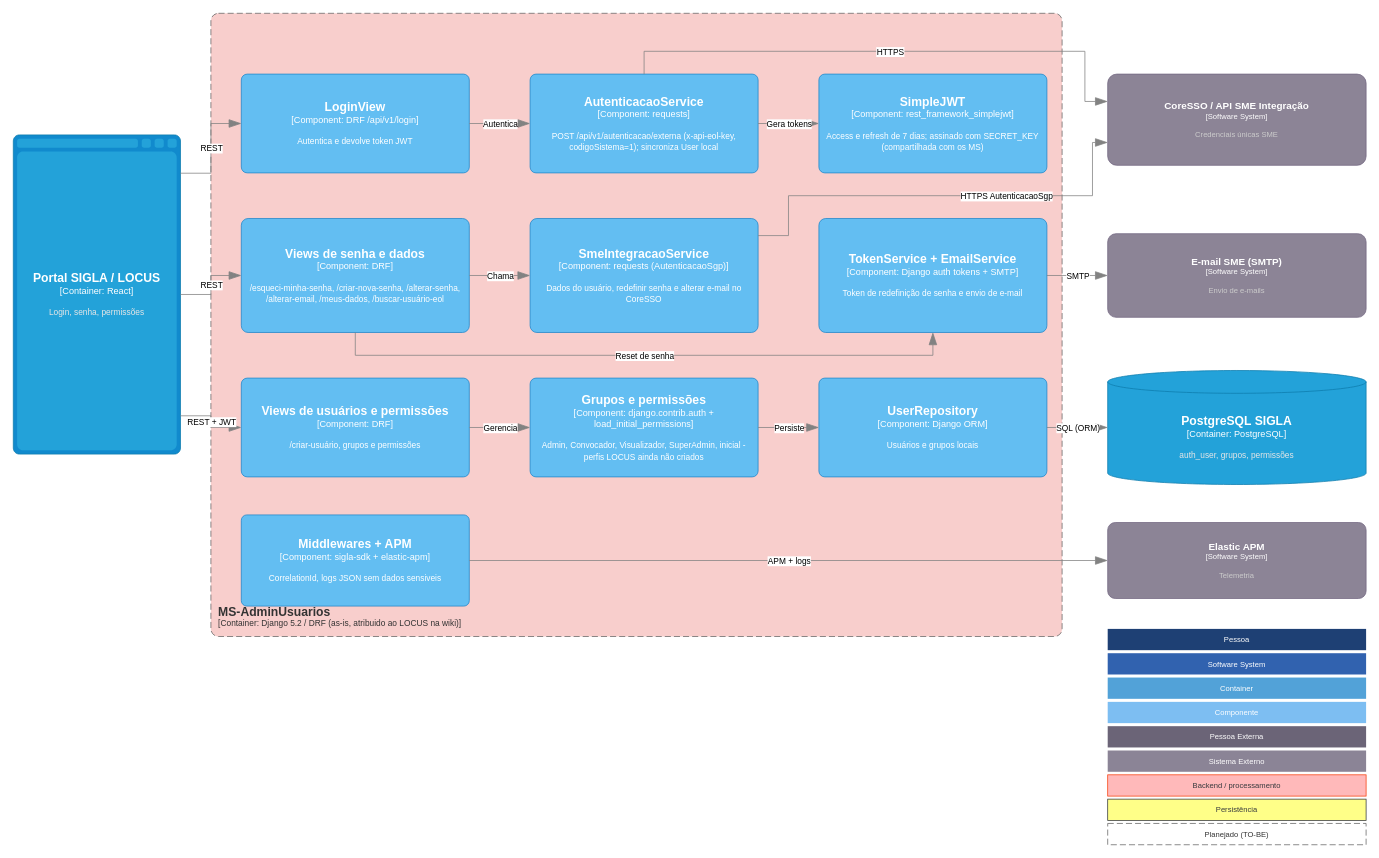
Before: page "C3 - Componentes MS-AdminUsuarios" (6 of 15) of Locus/diagramas/assets/ARQUITETURA - LOCUS - C4.drawio in ronaldorobledo1902/SIGLA, a draw.io diagram. Source tidied: cells renumbered, new cells numbered last; positions are measured from the earlier drawing's top-left corner, leaving out a move shared by most shapes. Both pictures are drawn from the tidied source at 76%, with x=0, y=0 at pixel (13, 13).
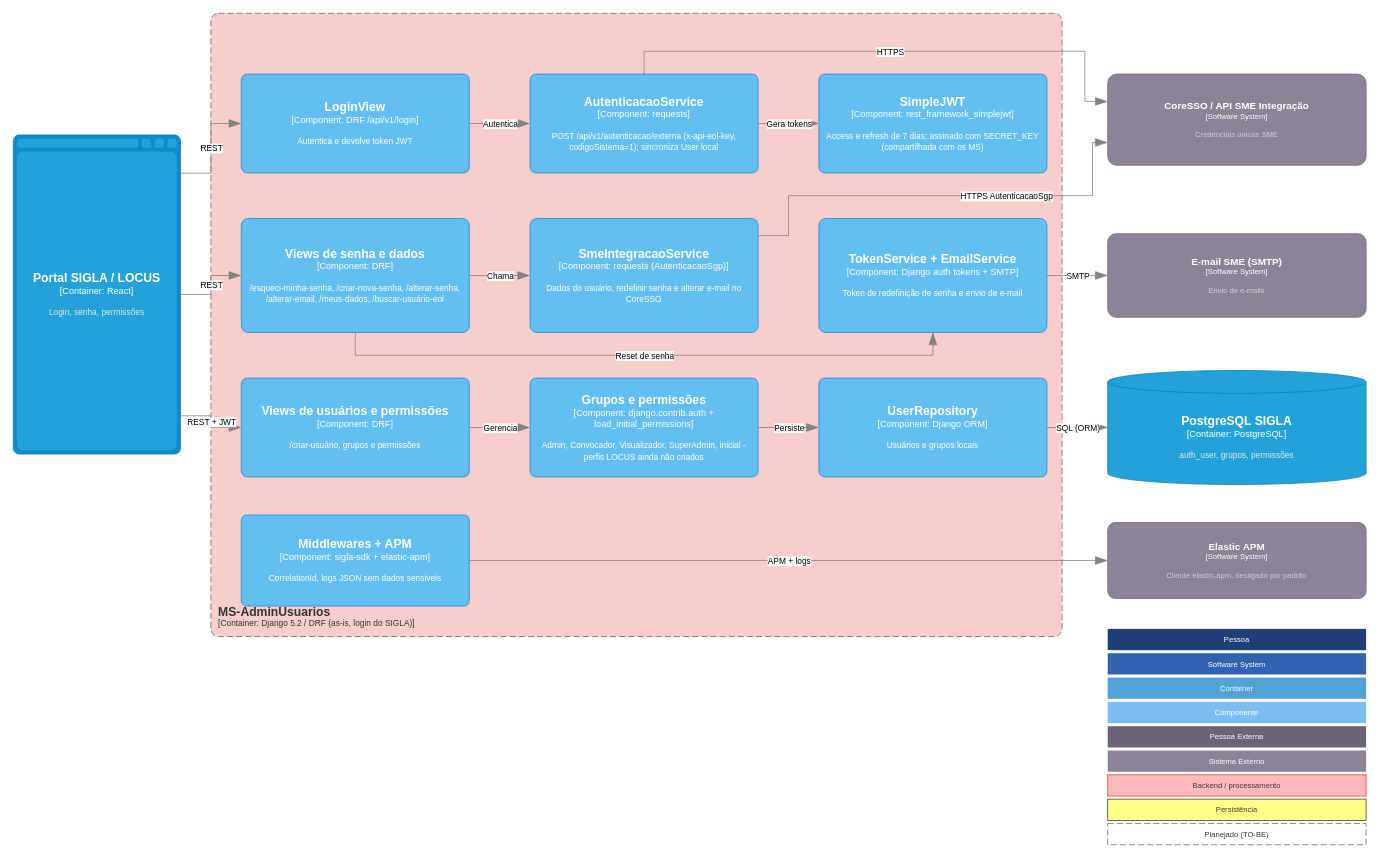
The same page after the edit.

The edit, as a diff of the source:
```diff
@@
-    <object id="2" label="&lt;font style=&quot;font-size: 16px&quot;&gt;&lt;b&gt;&lt;div style=&quot;text-align: left&quot;&gt;%c4Name%&lt;/div&gt;&lt;/b&gt;&lt;/font&gt;&lt;div style=&quot;text-align: left&quot;&gt;[%c4Application%]&lt;/div&gt;" c4Application="Container: Django 5.2 / DRF (as-is, atribuido ao LOCUS na wiki)" c4Name="MS-AdminUsuarios" placeholders="1">
+    <object id="2" label="&lt;font style=&quot;font-size: 16px&quot;&gt;&lt;b&gt;&lt;div style=&quot;text-align: left&quot;&gt;%c4Name%&lt;/div&gt;&lt;/b&gt;&lt;/font&gt;&lt;div style=&quot;text-align: left&quot;&gt;[%c4Application%]&lt;/div&gt;" c4Application="Container: Django 5.2 / DRF (as-is, login do SIGLA)" c4Name="MS-AdminUsuarios" placeholders="1">
       <mxCell style="rounded=1;fontSize=11;whiteSpace=wrap;html=1;dashed=1;arcSize=20;fillColor=#F8CECC;strokeColor=#666666;fontColor=#333333;labelBackgroundColor=none;align=left;verticalAlign=bottom;labelBorderColor=none;spacingTop=0;spacing=10;dashPattern=8 4;perimeter=rectanglePerimeter;noLabel=0;labelPadding=0;absoluteArcSize=1;" parent="1" vertex="1">
         <mxGeometry x="260" width="1120" height="820" as="geometry" />
       </mxCell>
     </object>
@@
-    <mxCell id="17" value="&lt;b&gt;&lt;font style='font-size: 13px'&gt;Elastic APM&lt;/font&gt;&lt;/b&gt;&lt;div&gt;[Software System]&lt;/div&gt;&lt;br&gt;&lt;font color='#cccccc'&gt;Telemetria&lt;/font&gt;" style="rounded=1;whiteSpace=wrap;html=1;fillColor=#8C8496;fontColor=#ffffff;align=center;arcSize=10;strokeColor=#736782;fontSize=10;" parent="1" vertex="1">
+    <mxCell id="17" value="&lt;b&gt;&lt;font style='font-size: 13px'&gt;Elastic APM&lt;/font&gt;&lt;/b&gt;&lt;div&gt;[Software System]&lt;/div&gt;&lt;br&gt;&lt;font color='#cccccc'&gt;Cliente elastic-apm, desligado por padrão&lt;/font&gt;" style="rounded=1;whiteSpace=wrap;html=1;fillColor=#8C8496;fontColor=#ffffff;align=center;arcSize=10;strokeColor=#736782;fontSize=10;" parent="1" vertex="1">
       <mxGeometry x="1440" y="670" width="340" height="100" as="geometry" />
     </mxCell>
```
